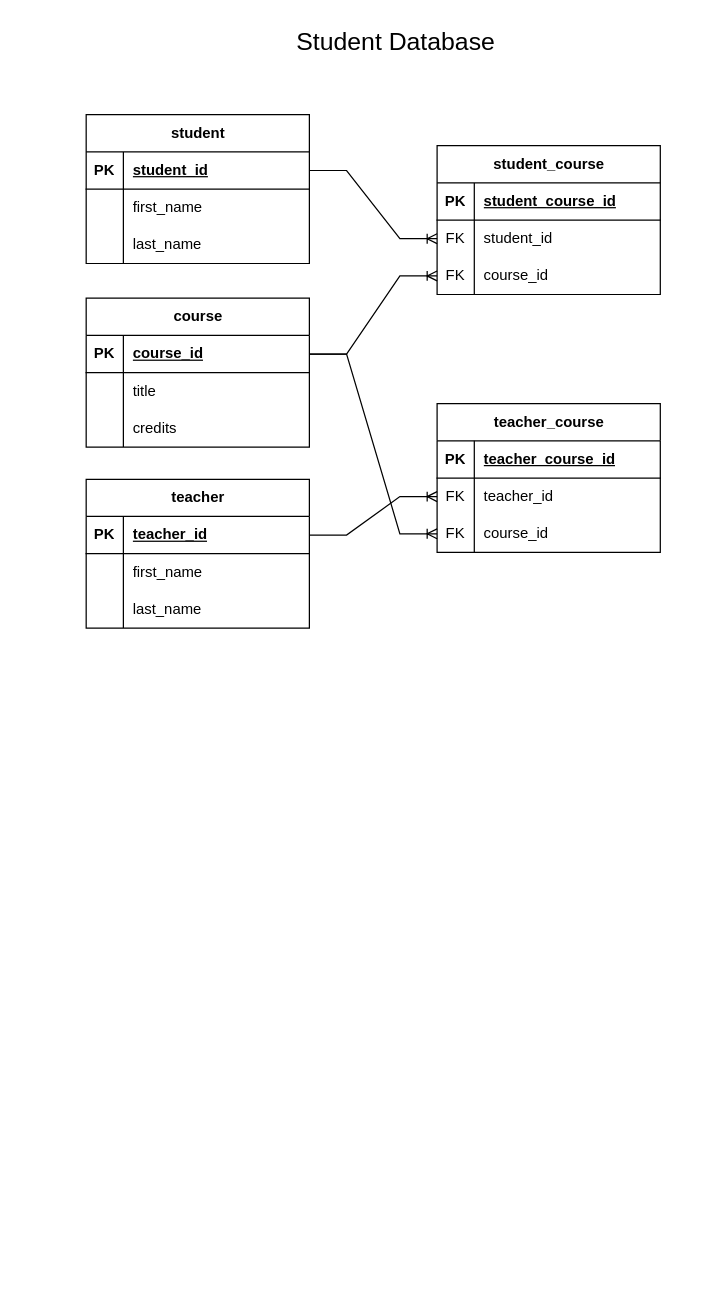
Before: page "Page-1" (1 of 2) of Untitled Diagram.drawio in magchrista/magchrista, a draw.io diagram. Source tidied: cells renumbered, new cells numbered last; positions are measured from the earlier drawing's top-left corner, leaving out a move shared by most shapes. Both pictures are drawn from the tidied source at 124%, with x=0, y=0 at pixel (86, -32).
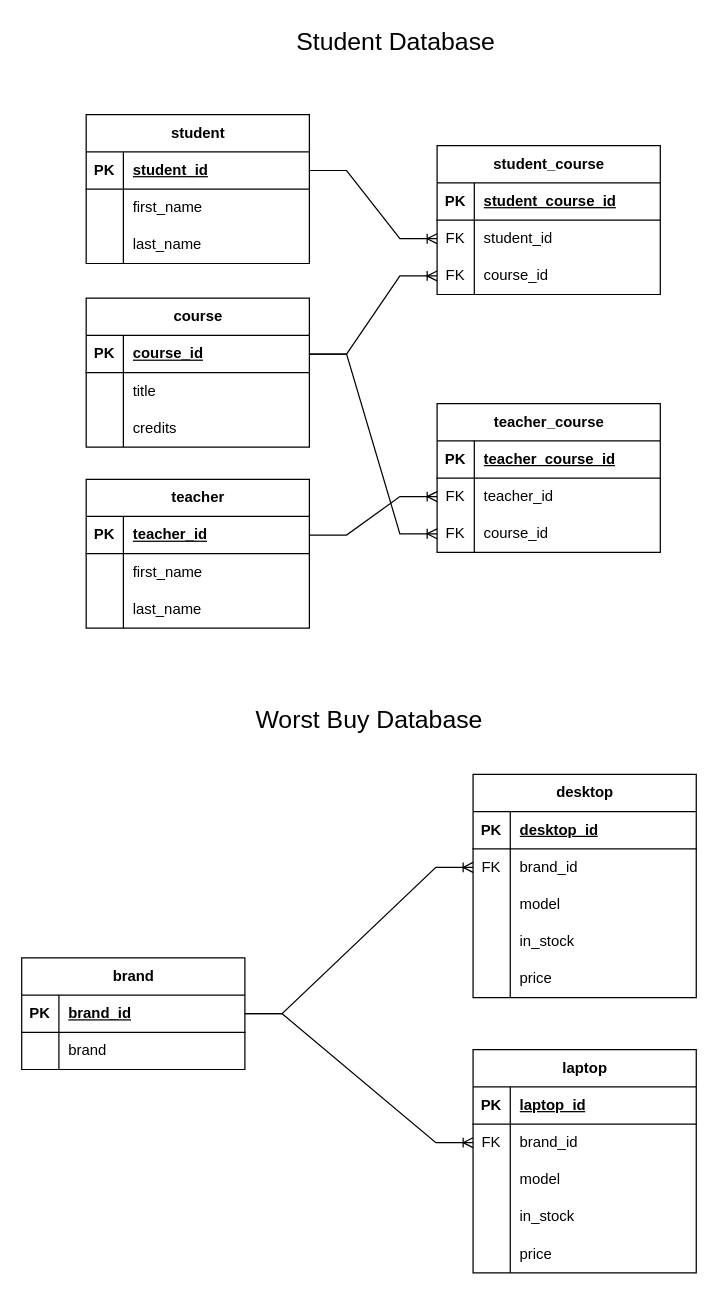
After the change.

Diff of the diagram source:
```diff
@@
+    <mxCell id="57" value="Worst Buy Database" style="text;html=1;align=center;verticalAlign=middle;whiteSpace=wrap;rounded=0;fontSize=20;" parent="1" vertex="1">
+      <mxGeometry x="117" y="590" width="223" height="30" as="geometry" />
+    </mxCell>
+    <mxCell id="58" value="brand" style="shape=table;startSize=30;childLayout=tableLayout;rowLines=0;fontStyle=1;align=center;html=1;fillColor=none;" parent="1" vertex="1">
+      <mxGeometry x="-52" y="798" width="180" height="90" as="geometry" />
+    </mxCell>
+    <mxCell id="59" style="shape=tableRow;horizontal=0;startSize=0;swimlaneHead=0;swimlaneBody=0;fillColor=none;points=[[0,0.5],[1,0.5]];portConstraint=eastwest;top=0;left=0;right=0;bottom=1;" parent="58" vertex="1">
+      <mxGeometry y="30" width="180" height="30" as="geometry" />
+    </mxCell>
+    <mxCell id="60" value="PK" style="shape=partialRectangle;fillColor=none;top=0;left=0;bottom=0;right=0;fontStyle=1;overflow=hidden;whiteSpace=wrap;html=1;" parent="59" vertex="1">
+      <mxGeometry width="30" height="30" as="geometry" />
+    </mxCell>
+    <mxCell id="61" value="brand_id" style="shape=partialRectangle;fillColor=none;top=0;left=0;bottom=0;right=0;align=left;spacingLeft=6;fontStyle=5;overflow=hidden;whiteSpace=wrap;html=1;" parent="59" vertex="1">
+      <mxGeometry x="30" width="150" height="30" as="geometry" />
+    </mxCell>
+    <mxCell id="62" style="shape=tableRow;horizontal=0;startSize=0;swimlaneHead=0;swimlaneBody=0;fillColor=none;top=0;left=0;right=0;bottom=0;" parent="58" vertex="1">
+      <mxGeometry y="60" width="180" height="30" as="geometry" />
+    </mxCell>
+    <mxCell id="63" style="shape=partialRectangle;fillColor=none;top=0;left=0;bottom=0;right=0;overflow=hidden;whiteSpace=wrap;html=1;" parent="62" vertex="1">
+      <mxGeometry width="30" height="30" as="geometry" />
+    </mxCell>
+    <mxCell id="64" value="brand" style="shape=partialRectangle;fillColor=none;top=0;left=0;bottom=0;right=0;align=left;spacingLeft=6;overflow=hidden;whiteSpace=wrap;html=1;" parent="62" vertex="1">
+      <mxGeometry x="30" width="150" height="30" as="geometry" />
+    </mxCell>
+    <mxCell id="65" value="desktop" style="shape=table;startSize=30;childLayout=tableLayout;rowLines=0;fontStyle=1;align=center;html=1;fillColor=none;" parent="1" vertex="1">
+      <mxGeometry x="312" y="650" width="180" height="180" as="geometry" />
+    </mxCell>
+    <mxCell id="66" style="shape=tableRow;horizontal=0;startSize=0;swimlaneHead=0;swimlaneBody=0;fillColor=none;top=0;left=0;right=0;bottom=1;" parent="65" vertex="1">
+      <mxGeometry y="30" width="180" height="30" as="geometry" />
+    </mxCell>
+    <mxCell id="67" value="PK" style="shape=partialRectangle;fillColor=none;top=0;left=0;bottom=0;right=0;fontStyle=1;overflow=hidden;whiteSpace=wrap;html=1;" parent="66" vertex="1">
+      <mxGeometry width="30" height="30" as="geometry" />
+    </mxCell>
+    <mxCell id="68" value="desktop_id" style="shape=partialRectangle;fillColor=none;top=0;left=0;bottom=0;right=0;align=left;spacingLeft=6;fontStyle=5;overflow=hidden;whiteSpace=wrap;html=1;" parent="66" vertex="1">
+      <mxGeometry x="30" width="150" height="30" as="geometry" />
+    </mxCell>
+    <mxCell id="69" style="shape=tableRow;horizontal=0;startSize=0;swimlaneHead=0;swimlaneBody=0;fillColor=none;points=[[0,0.5],[1,0.5]];portConstraint=eastwest;top=0;left=0;right=0;bottom=0;" parent="65" vertex="1">
+      <mxGeometry y="60" width="180" height="30" as="geometry" />
+    </mxCell>
+    <mxCell id="70" value="FK" style="shape=partialRectangle;fillColor=none;top=0;left=0;bottom=0;right=0;overflow=hidden;whiteSpace=wrap;html=1;" parent="69" vertex="1">
+      <mxGeometry width="30" height="30" as="geometry" />
+    </mxCell>
+    <mxCell id="71" value="brand_id" style="shape=partialRectangle;fillColor=none;top=0;left=0;bottom=0;right=0;align=left;spacingLeft=6;overflow=hidden;whiteSpace=wrap;html=1;" parent="69" vertex="1">
+      <mxGeometry x="30" width="150" height="30" as="geometry" />
+    </mxCell>
+    <mxCell id="72" style="shape=tableRow;horizontal=0;startSize=0;swimlaneHead=0;swimlaneBody=0;fillColor=none;top=0;left=0;right=0;bottom=0;" parent="65" vertex="1">
+      <mxGeometry y="90" width="180" height="30" as="geometry" />
+    </mxCell>
+    <mxCell id="73" style="shape=partialRectangle;fillColor=none;top=0;left=0;bottom=0;right=0;overflow=hidden;whiteSpace=wrap;html=1;" parent="72" vertex="1">
+      <mxGeometry width="30" height="30" as="geometry" />
+    </mxCell>
+    <mxCell id="74" value="model" style="shape=partialRectangle;fillColor=none;top=0;left=0;bottom=0;right=0;align=left;spacingLeft=6;overflow=hidden;whiteSpace=wrap;html=1;" parent="72" vertex="1">
+      <mxGeometry x="30" width="150" height="30" as="geometry" />
+    </mxCell>
+    <mxCell id="75" style="shape=tableRow;horizontal=0;startSize=0;swimlaneHead=0;swimlaneBody=0;fillColor=none;top=0;left=0;right=0;bottom=0;" parent="65" vertex="1">
+      <mxGeometry y="120" width="180" height="30" as="geometry" />
+    </mxCell>
+    <mxCell id="76" style="shape=partialRectangle;fillColor=none;top=0;left=0;bottom=0;right=0;overflow=hidden;whiteSpace=wrap;html=1;" parent="75" vertex="1">
+      <mxGeometry width="30" height="30" as="geometry" />
+    </mxCell>
+    <mxCell id="77" value="in_stock" style="shape=partialRectangle;fillColor=none;top=0;left=0;bottom=0;right=0;align=left;spacingLeft=6;overflow=hidden;whiteSpace=wrap;html=1;" parent="75" vertex="1">
+      <mxGeometry x="30" width="150" height="30" as="geometry" />
+    </mxCell>
+    <mxCell id="78" style="shape=tableRow;horizontal=0;startSize=0;swimlaneHead=0;swimlaneBody=0;fillColor=none;top=0;left=0;right=0;bottom=0;" parent="65" vertex="1">
+      <mxGeometry y="150" width="180" height="30" as="geometry" />
+    </mxCell>
+    <mxCell id="79" style="shape=partialRectangle;fillColor=none;top=0;left=0;bottom=0;right=0;overflow=hidden;whiteSpace=wrap;html=1;" parent="78" vertex="1">
+      <mxGeometry width="30" height="30" as="geometry" />
+    </mxCell>
+    <mxCell id="80" value="price" style="shape=partialRectangle;fillColor=none;top=0;left=0;bottom=0;right=0;align=left;spacingLeft=6;overflow=hidden;whiteSpace=wrap;html=1;" parent="78" vertex="1">
+      <mxGeometry x="30" width="150" height="30" as="geometry" />
+    </mxCell>
+    <mxCell id="81" value="laptop" style="shape=table;startSize=30;childLayout=tableLayout;rowLines=0;fontStyle=1;align=center;html=1;fillColor=none;" parent="1" vertex="1">
+      <mxGeometry x="312" y="872" width="180" height="180" as="geometry" />
+    </mxCell>
+    <mxCell id="82" style="shape=tableRow;horizontal=0;startSize=0;swimlaneHead=0;swimlaneBody=0;fillColor=none;top=0;left=0;right=0;bottom=1;" parent="81" vertex="1">
+      <mxGeometry y="30" width="180" height="30" as="geometry" />
+    </mxCell>
+    <mxCell id="83" value="PK" style="shape=partialRectangle;fillColor=none;top=0;left=0;bottom=0;right=0;fontStyle=1;overflow=hidden;whiteSpace=wrap;html=1;" parent="82" vertex="1">
+      <mxGeometry width="30" height="30" as="geometry" />
+    </mxCell>
+    <mxCell id="84" value="laptop_id" style="shape=partialRectangle;fillColor=none;top=0;left=0;bottom=0;right=0;align=left;spacingLeft=6;fontStyle=5;overflow=hidden;whiteSpace=wrap;html=1;" parent="82" vertex="1">
+      <mxGeometry x="30" width="150" height="30" as="geometry" />
+    </mxCell>
+    <mxCell id="85" style="shape=tableRow;horizontal=0;startSize=0;swimlaneHead=0;swimlaneBody=0;fillColor=none;points=[[0,0.5],[1,0.5]];portConstraint=eastwest;top=0;left=0;right=0;bottom=0;" parent="81" vertex="1">
+      <mxGeometry y="60" width="180" height="30" as="geometry" />
+    </mxCell>
+    <mxCell id="86" value="FK" style="shape=partialRectangle;fillColor=none;top=0;left=0;bottom=0;right=0;overflow=hidden;whiteSpace=wrap;html=1;" parent="85" vertex="1">
+      <mxGeometry width="30" height="30" as="geometry" />
+    </mxCell>
+    <mxCell id="87" value="brand_id" style="shape=partialRectangle;fillColor=none;top=0;left=0;bottom=0;right=0;align=left;spacingLeft=6;overflow=hidden;whiteSpace=wrap;html=1;" parent="85" vertex="1">
+      <mxGeometry x="30" width="150" height="30" as="geometry" />
+    </mxCell>
+    <mxCell id="88" style="shape=tableRow;horizontal=0;startSize=0;swimlaneHead=0;swimlaneBody=0;fillColor=none;top=0;left=0;right=0;bottom=0;" parent="81" vertex="1">
+      <mxGeometry y="90" width="180" height="30" as="geometry" />
+    </mxCell>
+    <mxCell id="89" style="shape=partialRectangle;fillColor=none;top=0;left=0;bottom=0;right=0;overflow=hidden;whiteSpace=wrap;html=1;" parent="88" vertex="1">
+      <mxGeometry width="30" height="30" as="geometry" />
+    </mxCell>
+    <mxCell id="90" value="model" style="shape=partialRectangle;fillColor=none;top=0;left=0;bottom=0;right=0;align=left;spacingLeft=6;overflow=hidden;whiteSpace=wrap;html=1;" parent="88" vertex="1">
+      <mxGeometry x="30" width="150" height="30" as="geometry" />
+    </mxCell>
+    <mxCell id="91" style="shape=tableRow;horizontal=0;startSize=0;swimlaneHead=0;swimlaneBody=0;fillColor=none;top=0;left=0;right=0;bottom=0;" parent="81" vertex="1">
+      <mxGeometry y="120" width="180" height="30" as="geometry" />
+    </mxCell>
+    <mxCell id="92" style="shape=partialRectangle;fillColor=none;top=0;left=0;bottom=0;right=0;overflow=hidden;whiteSpace=wrap;html=1;" parent="91" vertex="1">
+      <mxGeometry width="30" height="30" as="geometry" />
+    </mxCell>
+    <mxCell id="93" value="in_stock" style="shape=partialRectangle;fillColor=none;top=0;left=0;bottom=0;right=0;align=left;spacingLeft=6;overflow=hidden;whiteSpace=wrap;html=1;" parent="91" vertex="1">
+      <mxGeometry x="30" width="150" height="30" as="geometry" />
+    </mxCell>
+    <mxCell id="94" style="shape=tableRow;horizontal=0;startSize=0;swimlaneHead=0;swimlaneBody=0;fillColor=none;top=0;left=0;right=0;bottom=0;" parent="81" vertex="1">
+      <mxGeometry y="150" width="180" height="30" as="geometry" />
+    </mxCell>
+    <mxCell id="95" style="shape=partialRectangle;fillColor=none;top=0;left=0;bottom=0;right=0;overflow=hidden;whiteSpace=wrap;html=1;" parent="94" vertex="1">
+      <mxGeometry width="30" height="30" as="geometry" />
+    </mxCell>
+    <mxCell id="96" value="price" style="shape=partialRectangle;fillColor=none;top=0;left=0;bottom=0;right=0;align=left;spacingLeft=6;overflow=hidden;whiteSpace=wrap;html=1;" parent="94" vertex="1">
+      <mxGeometry x="30" width="150" height="30" as="geometry" />
+    </mxCell>
+    <mxCell id="97" style="edgeStyle=entityRelationEdgeStyle;fontSize=12;html=1;endArrow=ERoneToMany;rounded=0;exitX=1;exitY=0.5;exitDx=0;exitDy=0;entryX=0;entryY=0.5;entryDx=0;entryDy=0;" parent="1" edge="1" source="59" target="69">
+      <mxGeometry relative="1" as="geometry" />
+    </mxCell>
+    <mxCell id="98" style="edgeStyle=entityRelationEdgeStyle;fontSize=12;html=1;endArrow=ERoneToMany;rounded=0;exitX=1;exitY=0.5;exitDx=0;exitDy=0;entryX=0;entryY=0.5;entryDx=0;entryDy=0;" parent="1" edge="1" source="59" target="85">
+      <mxGeometry relative="1" as="geometry" />
+    </mxCell>
```
